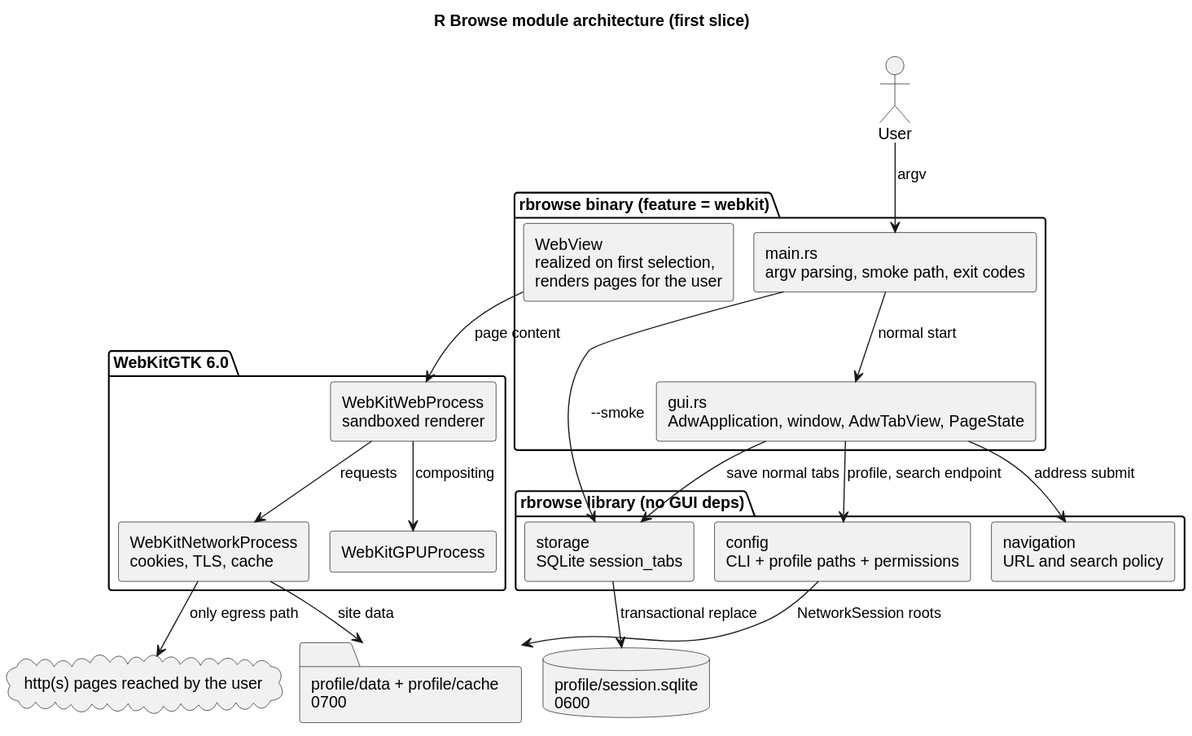
The PlantUML diagram diagrams/architecture.svg in mariobgsp/browsrl, before a commit. Its diagram source:
```plantuml
@startuml
!pragma layout smetana
title R Browse module architecture (first slice)

skinparam componentStyle rectangle
skinparam shadowing false

actor User

package "rbrowse binary (feature = webkit)" as Shell {
  rectangle "main.rs\nargv parsing, smoke path, exit codes" as Main
  rectangle "gui.rs\nAdwApplication, window, AdwTabView, PageState" as Gui
  rectangle "WebView\nrealized on first selection,\nrenders pages for the user" as WebView
}

package "rbrowse library (no GUI deps)" as Core {
  rectangle "config\nCLI + profile paths + permissions" as Config
  rectangle "navigation\nURL and search policy" as Navigation
  rectangle "storage\nSQLite session_tabs" as Storage
}

package "WebKitGTK 6.0" as WebKit {
  rectangle "WebKitWebProcess\nsandboxed renderer" as WebProc
  rectangle "WebKitNetworkProcess\ncookies, TLS, cache" as NetProc
  rectangle "WebKitGPUProcess" as GPUProc
}

database "profile/session.sqlite\n0600" as Db
folder "profile/data + profile/cache\n0700" as WebsiteData
cloud "http(s) pages reached by the user" as Pages

User --> Main : argv
Main --> Gui : normal start
Main --> Storage : --smoke
Gui --> Config : profile, search endpoint
Gui --> Navigation : address submit
Gui --> Storage : save normal tabs
Storage --> Db : transactional replace
Config --> WebsiteData : NetworkSession roots
WebView --> WebProc : page content
WebProc --> NetProc : requests
WebProc --> GPUProc : compositing
NetProc --> WebsiteData : site data
NetProc --> Pages : only egress path
@enduml
```
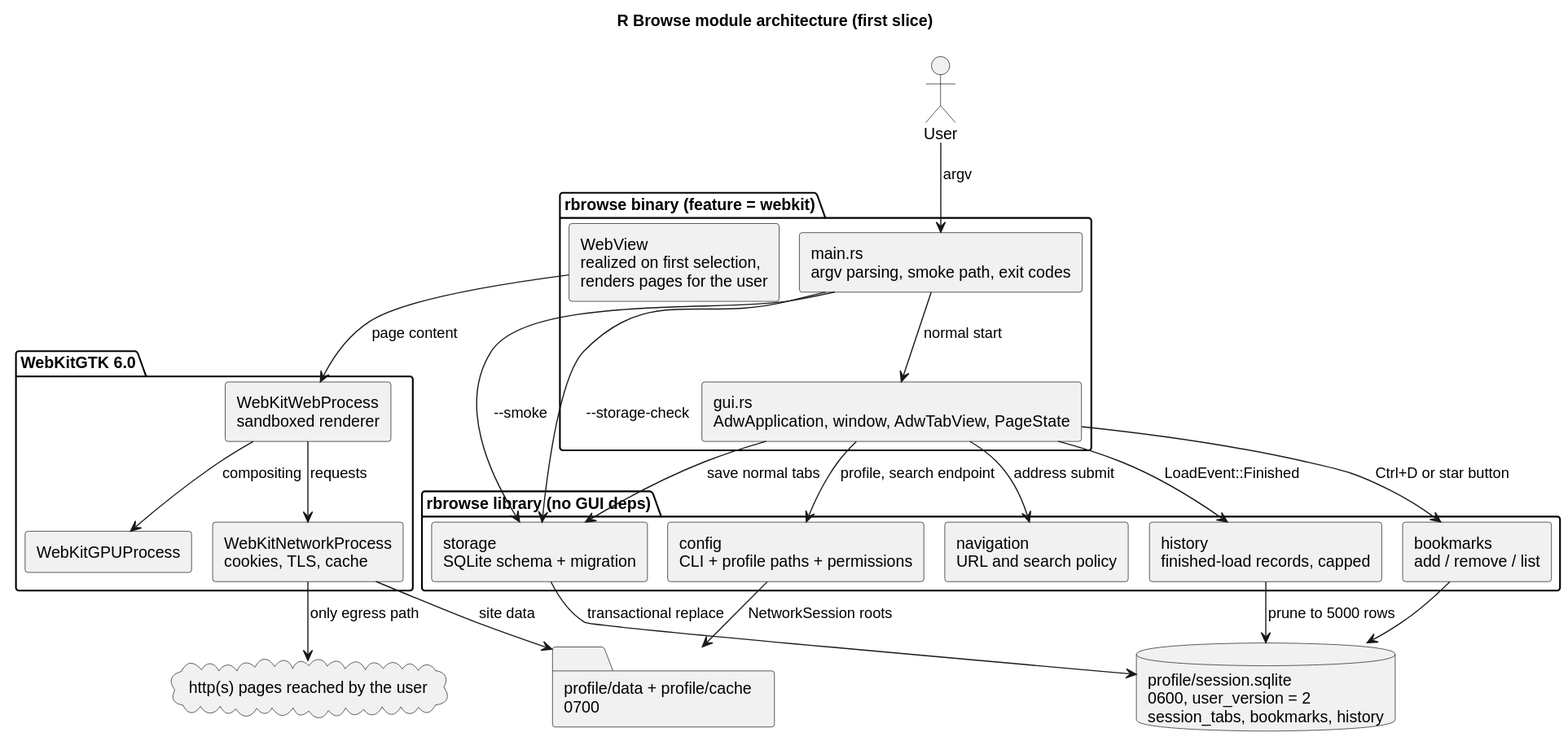
After the change.

Commit message:
feat: bookmark star, history recording, and keyboard actions in the window

Diff of the diagram source:
```diff
@@ -16,7 +16,9 @@
 package "rbrowse library (no GUI deps)" as Core {
   rectangle "config\nCLI + profile paths + permissions" as Config
   rectangle "navigation\nURL and search policy" as Navigation
-  rectangle "storage\nSQLite session_tabs" as Storage
+  rectangle "storage\nSQLite schema + migration" as Storage
+  rectangle "bookmarks\nadd / remove / list" as Bookmarks
+  rectangle "history\nfinished-load records, capped" as History
 }
 
 package "WebKitGTK 6.0" as WebKit {
@@ -25,17 +27,22 @@
   rectangle "WebKitGPUProcess" as GPUProc
 }
 
-database "profile/session.sqlite\n0600" as Db
+database "profile/session.sqlite\n0600, user_version = 2\nsession_tabs, bookmarks, history" as Db
 folder "profile/data + profile/cache\n0700" as WebsiteData
 cloud "http(s) pages reached by the user" as Pages
 
 User --> Main : argv
 Main --> Gui : normal start
 Main --> Storage : --smoke
+Main --> Storage : --storage-check
 Gui --> Config : profile, search endpoint
 Gui --> Navigation : address submit
 Gui --> Storage : save normal tabs
+Gui --> Bookmarks : Ctrl+D or star button
+Gui --> History : LoadEvent::Finished
 Storage --> Db : transactional replace
+Bookmarks --> Db
+History --> Db : prune to 5000 rows
 Config --> WebsiteData : NetworkSession roots
 WebView --> WebProc : page content
 WebProc --> NetProc : requests
```
